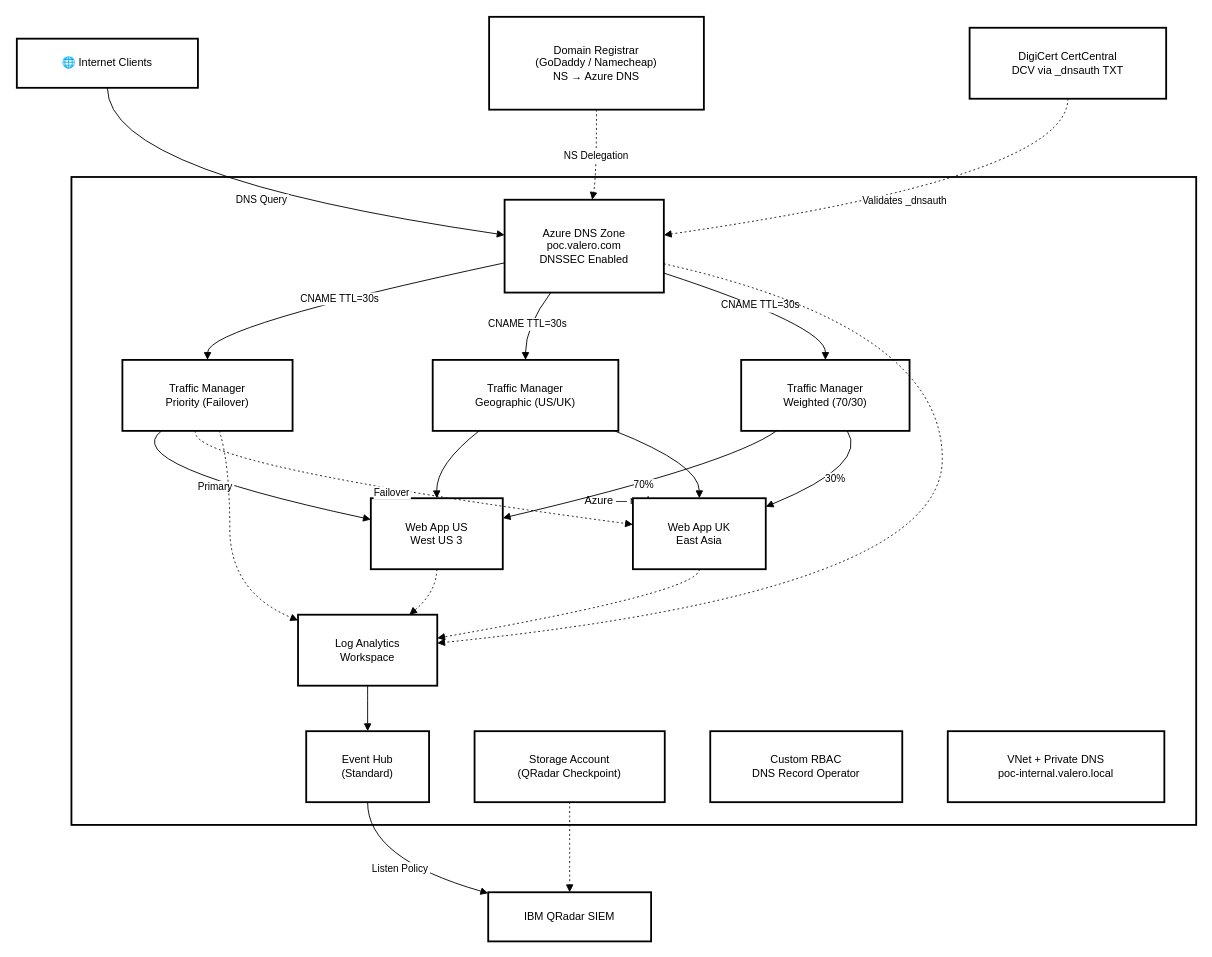
The draw.io diagram page "Page-2" (2 of 3) of HighLevelASD.drawio in kimvaddi/Azure-DNS-POC-Accelerator, before the edit. Source tidied: cells renumbered, new cells numbered last; positions are measured from the earlier drawing's top-left corner, leaving out a move shared by most shapes. Both pictures are drawn from the tidied source at 91%, with x=0, y=0 at pixel (16, 16).
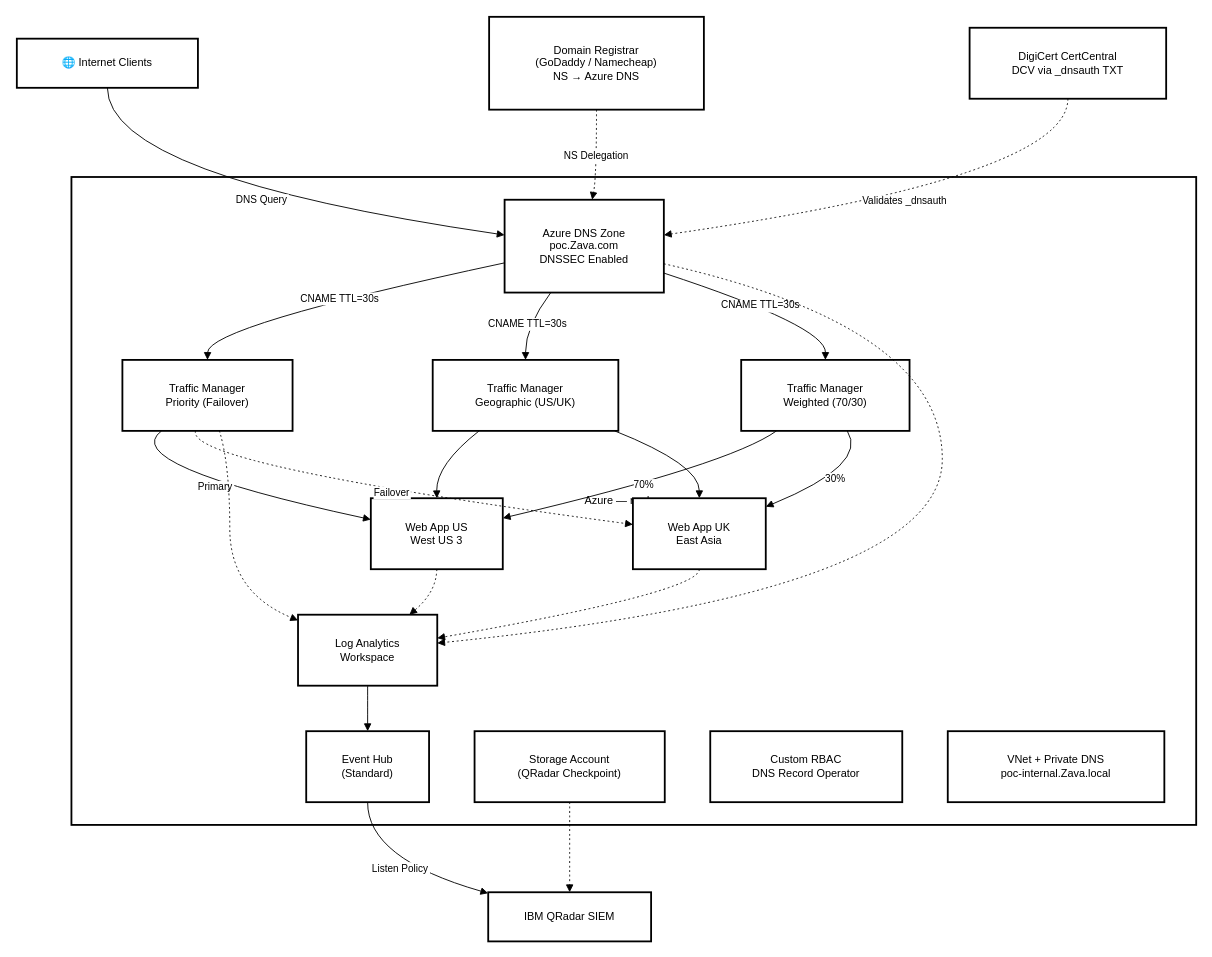
The same page after the edit.

What changed in the source:
```diff
@@
-    <mxCell id="5" value="Azure DNS Zone&#10;poc.valero.com&#10;DNSSEC Enabled" style="whiteSpace=wrap;strokeWidth=2;" parent="1" vertex="1">
+    <mxCell id="5" value="Azure DNS Zone&#10;poc.Zava.com&#10;DNSSEC Enabled" style="whiteSpace=wrap;strokeWidth=2;" parent="1" vertex="1">
       <mxGeometry x="536" y="201" width="175" height="102" as="geometry" />
     </mxCell>
@@
-    <mxCell id="15" value="VNet + Private DNS&#10;poc-internal.valero.local" style="whiteSpace=wrap;strokeWidth=2;" parent="1" vertex="1">
+    <mxCell id="15" value="VNet + Private DNS&#10;poc-internal.Zava.local" style="whiteSpace=wrap;strokeWidth=2;" parent="1" vertex="1">
       <mxGeometry x="1023" y="785" width="238" height="78" as="geometry" />
     </mxCell>
```
